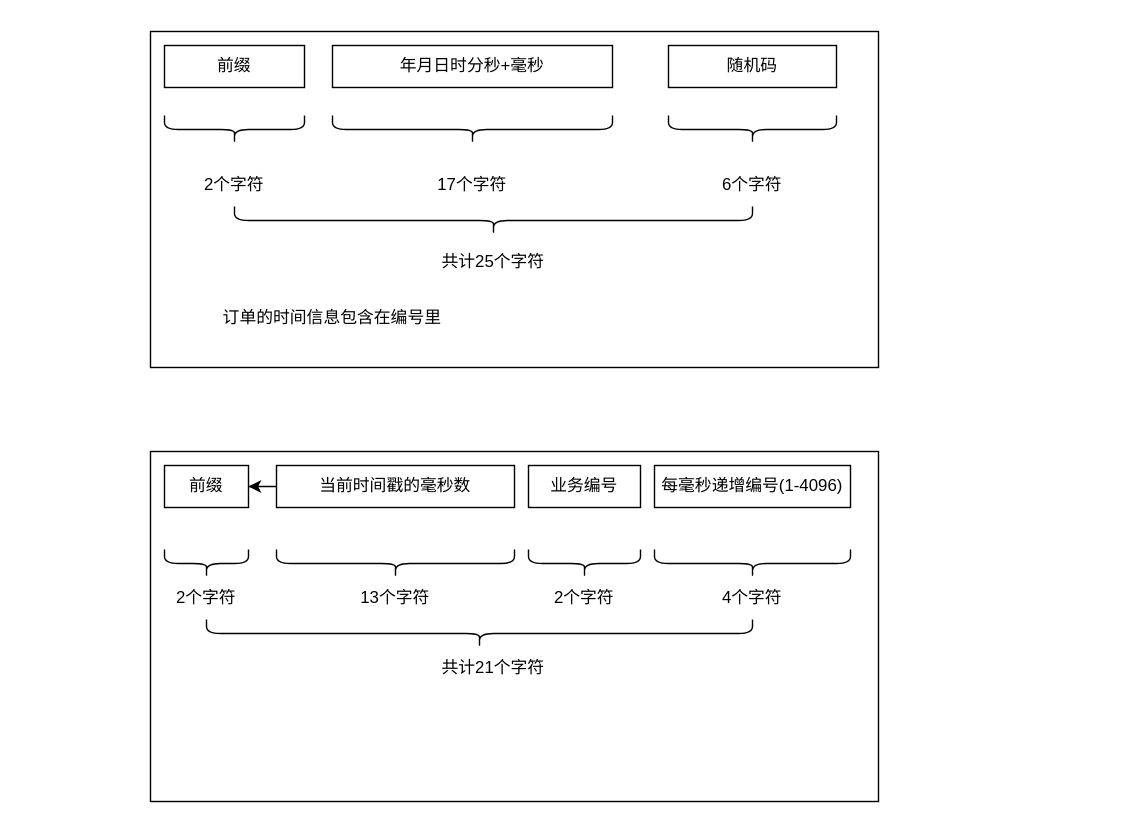
Above: java/编号规则.drawio in HaivenZhang/draw-io-files (draw.io), before the change. Source tidied: cells renumbered, new cells numbered last; positions are measured from the earlier drawing's top-left corner, leaving out a move shared by most shapes. Both pictures are drawn from the tidied source at 140%, with x=0, y=0 at pixel (150, 31).
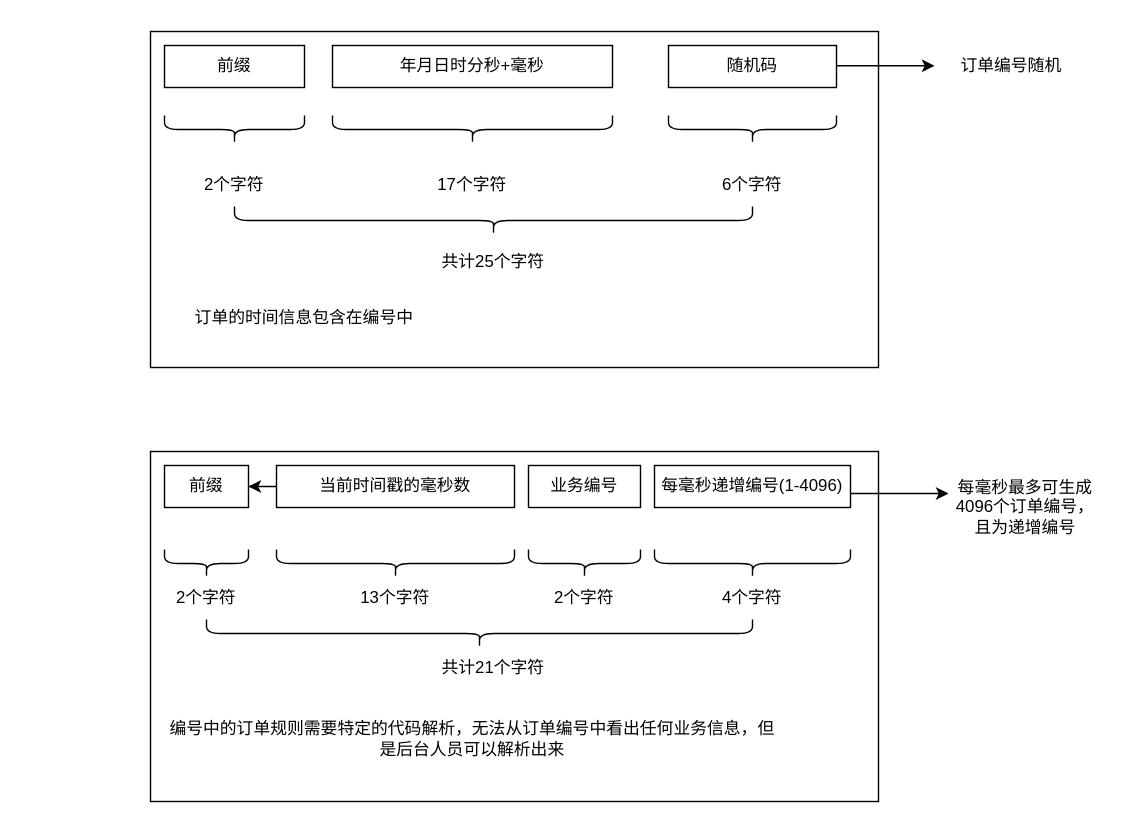
After the change.

Commit message:
更新编号规则.drawio

Diff of the diagram source:
```diff
@@
-    <mxCell id="14" value="订单的时间信息包含在编号里" style="text;html=1;strokeColor=none;fillColor=none;align=center;verticalAlign=middle;whiteSpace=wrap;rounded=0;" parent="1" vertex="1">
-      <mxGeometry x="10" y="190" width="240" height="30" as="geometry" />
+    <mxCell id="14" value="订单的时间信息包含在编号中" style="text;html=1;strokeColor=none;fillColor=none;align=center;verticalAlign=middle;whiteSpace=wrap;rounded=0;" parent="1" vertex="1">
+      <mxGeometry x="-90" y="190" width="400" height="30" as="geometry" />
     </mxCell>
@@
+    <mxCell id="31" value="编号中的订单规则需要特定的代码解析，无法从订单编号中看出任何业务信息，但是后台人员可以解析出来" style="text;html=1;strokeColor=none;fillColor=none;align=center;verticalAlign=middle;whiteSpace=wrap;rounded=0;" parent="1" vertex="1">
+      <mxGeometry x="10" y="490" width="440" height="30" as="geometry" />
+    </mxCell>
+    <mxCell id="32" style="endArrow=classic;html=1;rounded=0;" parent="1" edge="1">
+      <mxGeometry relative="1" as="geometry">
+        <mxPoint x="500" y="330" as="sourcePoint" />
+        <mxPoint x="570" y="330" as="targetPoint" />
+      </mxGeometry>
+    </mxCell>
+    <mxCell id="33" value="每毫秒最多可生成4096个订单编号，且为递增编号" style="text;html=1;strokeColor=none;fillColor=none;align=center;verticalAlign=middle;whiteSpace=wrap;rounded=0;" parent="1" vertex="1">
+      <mxGeometry x="570" y="310" width="110" height="60" as="geometry" />
+    </mxCell>
+    <mxCell id="34" style="endArrow=classic;html=1;rounded=0;" parent="1" edge="1">
+      <mxGeometry relative="1" as="geometry">
+        <mxPoint x="490" y="24.5" as="sourcePoint" />
+        <mxPoint x="560" y="24.5" as="targetPoint" />
+      </mxGeometry>
+    </mxCell>
+    <mxCell id="35" value="订单编号随机" style="text;html=1;strokeColor=none;fillColor=none;align=center;verticalAlign=middle;whiteSpace=wrap;rounded=0;" parent="1" vertex="1">
+      <mxGeometry x="560" y="-5" width="110" height="60" as="geometry" />
+    </mxCell>
```
